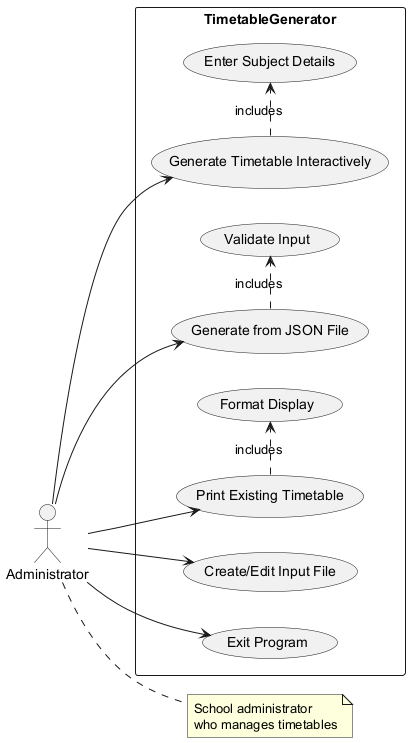
BhaveshSabharwal/JAVA-and-DSA-Sem-end-Project keeps this PlantUML diagram as UseCase.png. Above is the earlier version. Source of this version:
```plantuml
@startuml
left to right direction
actor Administrator as admin

rectangle TimetableGenerator {
  admin --> (Generate Timetable Interactively)
  admin --> (Generate from JSON File)
  admin --> (Print Existing Timetable)
  admin --> (Create/Edit Input File)
  admin --> (Exit Program)

  (Generate Timetable Interactively) .> (Enter Subject Details) : includes
  (Generate from JSON File) .> (Validate Input) : includes
  (Print Existing Timetable) .> (Format Display) : includes
}

note right of admin: School administrator\nwho manages timetables
@enduml
```
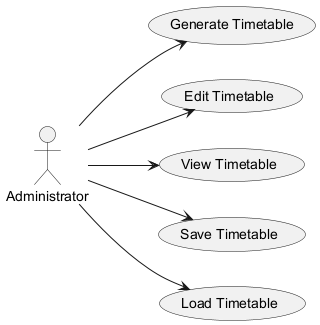
The same file after the commit.

What changed in the source:
```diff
@@ -1,18 +1,16 @@
 @startuml
 left to right direction
-actor Administrator as admin
+actor Administrator as A
 
-rectangle TimetableGenerator {
-  admin --> (Generate Timetable Interactively)
-  admin --> (Generate from JSON File)
-  admin --> (Print Existing Timetable)
-  admin --> (Create/Edit Input File)
-  admin --> (Exit Program)
+usecase (Generate Timetable) as UC1
+usecase (Edit Timetable) as UC2
+usecase (View Timetable) as UC3
+usecase (Save Timetable) as UC4
+usecase (Load Timetable) as UC5
 
-  (Generate Timetable Interactively) .> (Enter Subject Details) : includes
-  (Generate from JSON File) .> (Validate Input) : includes
-  (Print Existing Timetable) .> (Format Display) : includes
-}
-
-note right of admin: School administrator\nwho manages timetables
+A --> UC1
+A --> UC2
+A --> UC3
+A --> UC4
+A --> UC5
 @enduml
```
